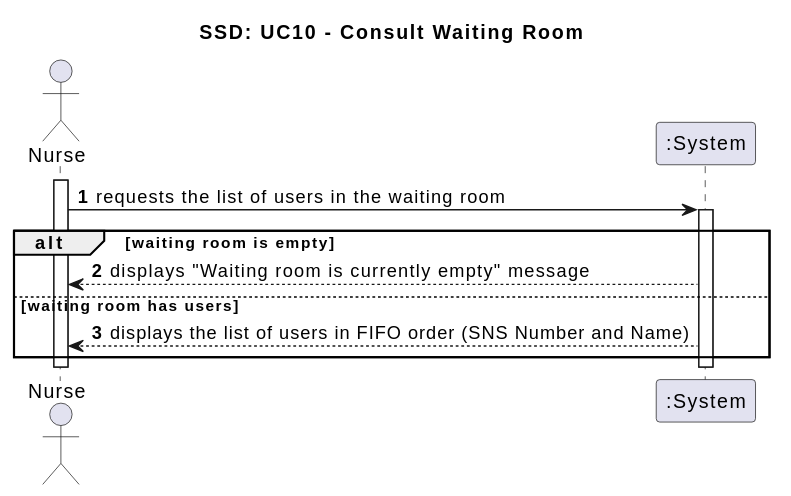
This is Documentation/Use Cases/UC10/svg/UC10-SSD.svg from Andre-1240567/fsoft2026_1DD_1, a PlantUML export, as it was before one commit.
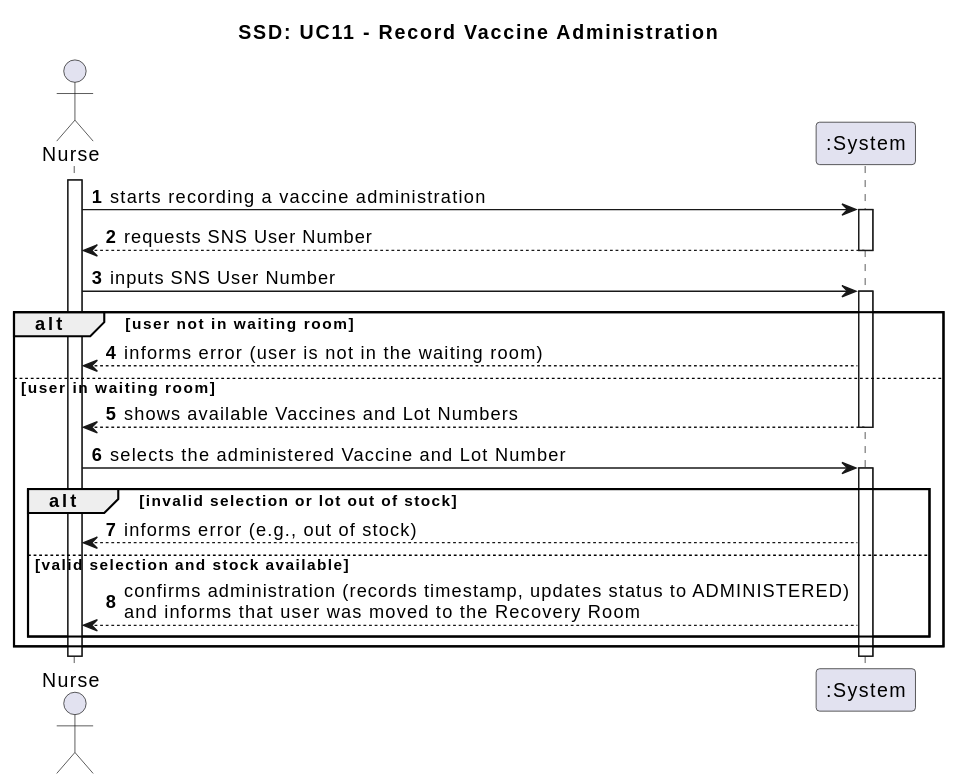
After the change.

The edit, as a diff of the source:
```diff
@@ -1,5 +1,5 @@
 @startuml
-title SSD: UC10 - Consult Waiting Room
+title SSD: UC11 - Record Vaccine Administration
 
 actor "Nurse" as Nurse
 participant ":System" as System
@@ -7,13 +7,28 @@
 autonumber
 activate Nurse
 
-Nurse -> System: requests the list of users in the waiting room
+Nurse -> System: starts recording a vaccine administration
+activate System
+System --> Nurse: requests SNS User Number
+deactivate System
+
+Nurse -> System: inputs SNS User Number
 activate System
 
-alt waiting room is empty
-    System --> Nurse: displays "Waiting room is currently empty" message
-else waiting room has users
-    System --> Nurse: displays the list of users in FIFO order (SNS Number and Name)
+alt user not in waiting room
+    System --> Nurse: informs error (user is not in the waiting room)
+else user in waiting room
+    System --> Nurse: shows available Vaccines and Lot Numbers
+    deactivate System
+
+    Nurse -> System: selects the administered Vaccine and Lot Number
+    activate System
+
+    alt invalid selection or lot out of stock
+        System --> Nurse: informs error (e.g., out of stock)
+    else valid selection and stock available
+        System --> Nurse: confirms administration (records timestamp, updates status to ADMINISTERED)\nand informs that user was moved to the Recovery Room
+    end
 end
 
 deactivate System
```
